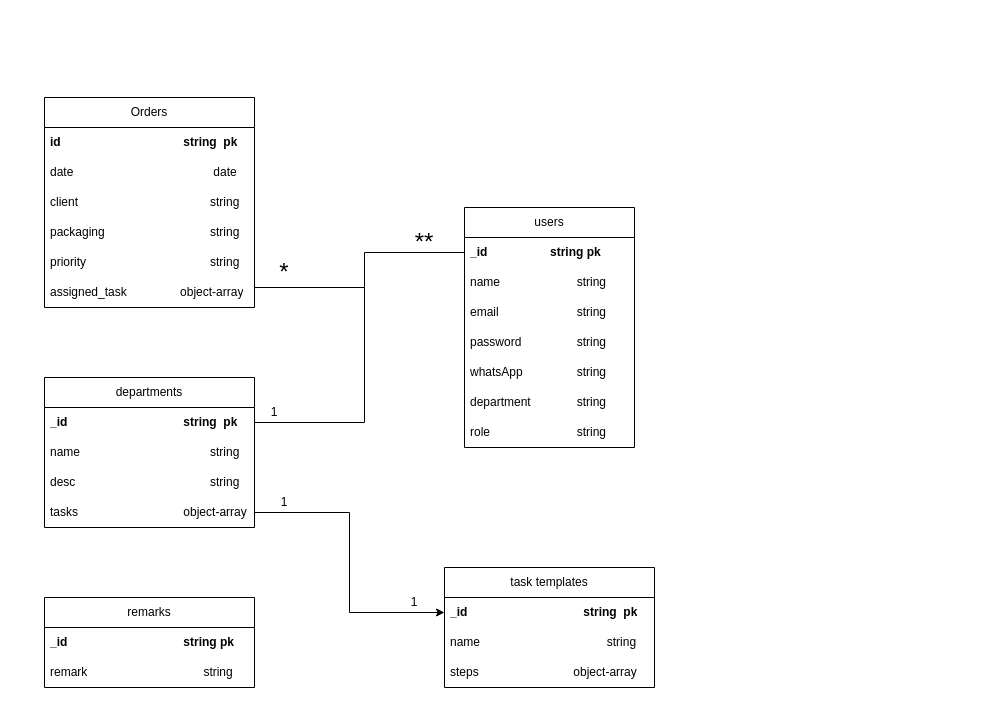
Earlier version of the draw.io diagram page "Page-1" (1 of 2) of inkPrintCopy.drawio (creativeapurba/user-backend). Source tidied: cells renumbered, new cells numbered last; positions are measured from the earlier drawing's top-left corner, leaving out a move shared by most shapes. Both pictures are drawn from the tidied source at 100%, with x=0, y=0 at pixel (44, 97).
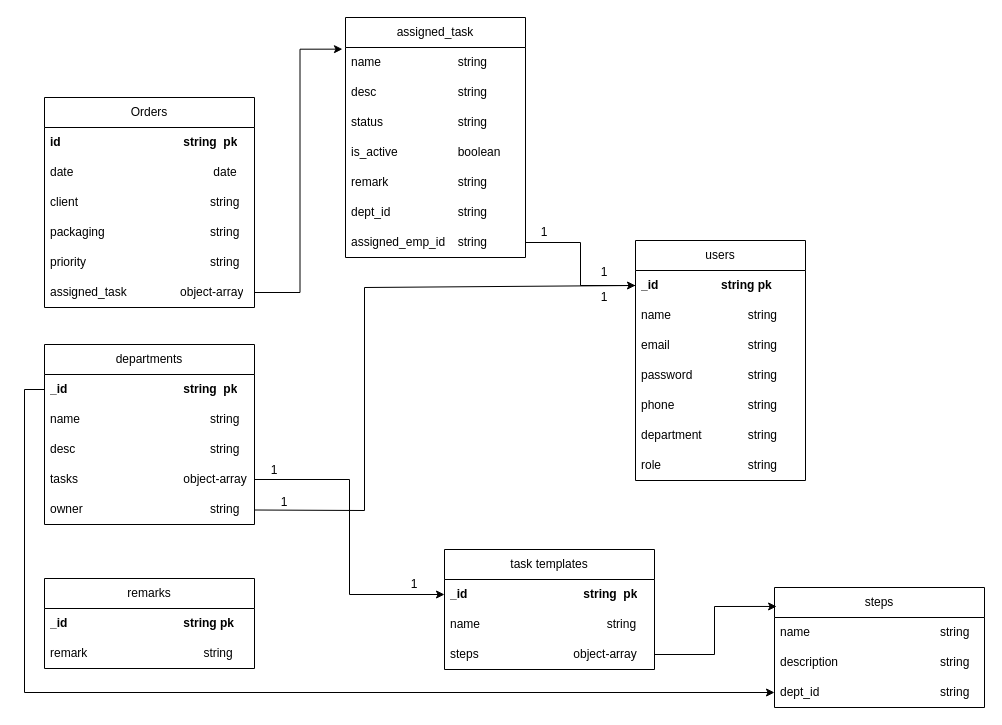
Above is the later version.

The change refers to these unchanged cells:
```xml
<mxCell id="8" value="assigned_task&lt;span style=&quot;&quot;&gt;&lt;span style=&quot;white-space: pre;&quot;&gt;&amp;nbsp;&amp;nbsp;&amp;nbsp;&amp;nbsp;&lt;/span&gt;&lt;/span&gt;&lt;span style=&quot;&quot;&gt;&lt;span style=&quot;white-space: pre;&quot;&gt;&amp;nbsp;&amp;nbsp;&amp;nbsp;&amp;nbsp;&lt;/span&gt;&lt;/span&gt;&lt;span style=&quot;&quot;&gt;&lt;span style=&quot;white-space: pre;&quot;&gt;&amp;nbsp;&amp;nbsp;&amp;nbsp;&amp;nbsp;&lt;/span&gt;&lt;/span&gt;&lt;span style=&quot;&quot;&gt;&lt;span style=&quot;white-space: pre;&quot;&gt;&amp;nbsp;&amp;nbsp;&amp;nbsp;&amp;nbsp;object-array&lt;/span&gt;&lt;/span&gt;" style="text;strokeColor=none;fillColor=none;align=left;verticalAlign=middle;spacingLeft=4;spacingRight=4;overflow=hidden;points=[[0,0.5],[1,0.5]];portConstraint=eastwest;whiteSpace=wrap;html=1;" parent="2" vertex="1">
  <mxGeometry y="180" width="210" height="30" as="geometry" />
</mxCell>
<mxCell id="10" value="&lt;b&gt;_id&lt;span style=&quot;white-space: pre;&quot;&gt;&#9;&lt;/span&gt;&lt;span style=&quot;white-space: pre;&quot;&gt;&#9;&lt;/span&gt;&lt;span style=&quot;white-space: pre;&quot;&gt;&#9;&lt;/span&gt;&lt;span style=&quot;white-space: pre;&quot;&gt;&#9;&lt;span style=&quot;white-space: pre;&quot;&gt;&#9;&lt;/span&gt;&lt;/span&gt;string&amp;nbsp; pk&lt;/b&gt;" style="text;strokeColor=none;fillColor=none;align=left;verticalAlign=middle;spacingLeft=4;spacingRight=4;overflow=hidden;points=[[0,0.5],[1,0.5]];portConstraint=eastwest;whiteSpace=wrap;html=1;" parent="9" vertex="1">
  <mxGeometry y="30" width="210" height="30" as="geometry" />
</mxCell>
<mxCell id="15" value="&lt;b&gt;_id&lt;span style=&quot;white-space: pre;&quot;&gt;&#9;&lt;/span&gt;&lt;span style=&quot;white-space: pre;&quot;&gt;&#9;&lt;span style=&quot;white-space: pre;&quot;&gt;&#9;&lt;/span&gt;&lt;/span&gt;string pk&lt;/b&gt;" style="text;strokeColor=none;fillColor=none;align=left;verticalAlign=middle;spacingLeft=4;spacingRight=4;overflow=hidden;points=[[0,0.5],[1,0.5]];portConstraint=eastwest;whiteSpace=wrap;html=1;" parent="14" vertex="1">
  <mxGeometry y="30" width="170" height="30" as="geometry" />
</mxCell>
<mxCell id="32" value="steps&lt;span style=&quot;&quot;&gt;&lt;span style=&quot;white-space: pre;&quot;&gt;&amp;nbsp;&amp;nbsp;&amp;nbsp;&amp;nbsp;&lt;/span&gt;&lt;/span&gt;&lt;span style=&quot;&quot;&gt;&lt;span style=&quot;white-space: pre;&quot;&gt;&amp;nbsp;&amp;nbsp;&amp;nbsp;&amp;nbsp;&lt;/span&gt;&lt;/span&gt;&lt;span style=&quot;&quot;&gt;&lt;span style=&quot;white-space: pre;&quot;&gt;&amp;nbsp;&amp;nbsp;&amp;nbsp;&amp;nbsp;&lt;/span&gt;&lt;/span&gt;&lt;span style=&quot;&quot;&gt;&lt;span style=&quot;white-space: pre;&quot;&gt;&amp;nbsp;&amp;nbsp;&amp;nbsp;&amp;nbsp;&lt;/span&gt;&lt;/span&gt;&lt;span style=&quot;&quot;&gt;&lt;span style=&quot;white-space: pre;&quot;&gt;&amp;nbsp;&amp;nbsp;&amp;nbsp;&amp;nbsp;&lt;span style=&quot;white-space: pre;&quot;&gt;&#9;&lt;/span&gt;     &lt;/span&gt;&lt;/span&gt;object-array" style="text;strokeColor=none;fillColor=none;align=left;verticalAlign=middle;spacingLeft=4;spacingRight=4;overflow=hidden;points=[[0,0.5],[1,0.5]];portConstraint=eastwest;whiteSpace=wrap;html=1;" parent="29" vertex="1">
  <mxGeometry y="90" width="210" height="30" as="geometry" />
</mxCell>
<mxCell id="34" value="1" style="text;html=1;strokeColor=none;fillColor=none;align=center;verticalAlign=middle;whiteSpace=wrap;rounded=0;" parent="1" vertex="1">
  <mxGeometry x="210" y="390" width="60" height="30" as="geometry" />
</mxCell>
```

Diff of the diagram source:
```diff
@@
     <mxCell id="9" value="departments" style="swimlane;fontStyle=0;horizontal=1;startSize=30;whiteSpace=wrap;html=1;" parent="1" vertex="1">
-      <mxGeometry y="280" width="210" height="150" as="geometry" />
+      <mxGeometry y="247" width="210" height="180" as="geometry" />
     </mxCell>
@@
+    <mxCell id="37" value="owner&lt;span style=&quot;white-space: pre;&quot;&gt;&#9;&lt;/span&gt;&lt;span style=&quot;white-space: pre;&quot;&gt;&#9;&lt;/span&gt;&lt;span style=&quot;white-space: pre;&quot;&gt;&#9;&lt;/span&gt;&lt;span style=&quot;white-space: pre;&quot;&gt;&#9;&lt;/span&gt;&lt;span style=&quot;white-space: pre;&quot;&gt;&#9;&lt;/span&gt;string" style="text;strokeColor=none;fillColor=none;align=left;verticalAlign=middle;spacingLeft=4;spacingRight=4;overflow=hidden;whiteSpace=wrap;html=1;" parent="9" vertex="1">
+      <mxGeometry y="150" width="210" height="30" as="geometry" />
+    </mxCell>
     <mxCell id="14" value="users" style="swimlane;fontStyle=0;horizontal=1;startSize=30;whiteSpace=wrap;html=1;" parent="1" vertex="1">
-      <mxGeometry x="420" y="110" width="170" height="240" as="geometry" />
+      <mxGeometry x="591" y="143" width="170" height="240" as="geometry" />
     </mxCell>
@@
-    <mxCell id="19" value="whatsApp&lt;span style=&quot;white-space: pre;&quot;&gt;&#9;&lt;/span&gt;&lt;span style=&quot;white-space: pre;&quot;&gt;&#9;&lt;/span&gt;string" style="text;strokeColor=none;fillColor=none;align=left;verticalAlign=middle;spacingLeft=4;spacingRight=4;overflow=hidden;whiteSpace=wrap;html=1;" parent="14" vertex="1">
+    <mxCell id="19" value="phone&lt;span style=&quot;white-space: pre;&quot;&gt;&#9;&lt;/span&gt;&lt;span style=&quot;white-space: pre;&quot;&gt;&#9;&lt;/span&gt;&lt;span style=&quot;white-space: pre;&quot;&gt;&#9;&lt;/span&gt;string" style="text;strokeColor=none;fillColor=none;align=left;verticalAlign=middle;spacingLeft=4;spacingRight=4;overflow=hidden;whiteSpace=wrap;html=1;" parent="14" vertex="1">
       <mxGeometry y="150" width="170" height="30" as="geometry" />
     </mxCell>
@@
-    <mxCell id="22" style="endArrow=none;html=1;rounded=0;exitX=1;exitY=0.5;exitDx=0;exitDy=0;" parent="1" edge="1" source="10">
+    <mxCell id="22" style="endArrow=none;html=1;rounded=0;exitX=0;exitY=0.75;exitDx=0;exitDy=0;entryX=0;entryY=0.5;entryDx=0;entryDy=0;" parent="1" edge="1" source="34" target="15">
       <mxGeometry relative="1" as="geometry">
-        <mxPoint x="320" y="190" as="targetPoint" />
         <Array as="points">
-          <mxPoint x="320" y="325" />
+          <mxPoint x="320" y="413" />
+          <mxPoint x="320" y="190" />
         </Array>
       </mxGeometry>
     </mxCell>
-    <mxCell id="23" value="&lt;font style=&quot;font-size: 24px;&quot;&gt;*&lt;/font&gt;" style="text;html=1;strokeColor=none;fillColor=none;align=center;verticalAlign=middle;whiteSpace=wrap;rounded=0;" parent="1" vertex="1">
-      <mxGeometry x="210" y="160" width="60" height="30" as="geometry" />
-    </mxCell>
-    <mxCell id="24" value="&lt;font style=&quot;font-size: 24px;&quot;&gt;**&lt;/font&gt;" style="text;html=1;strokeColor=none;fillColor=none;align=center;verticalAlign=middle;whiteSpace=wrap;rounded=0;" parent="1" vertex="1">
-      <mxGeometry x="350" y="130" width="60" height="30" as="geometry" />
-    </mxCell>
     <mxCell id="25" value="1" style="text;html=1;strokeColor=none;fillColor=none;align=center;verticalAlign=middle;whiteSpace=wrap;rounded=0;" parent="1" vertex="1">
-      <mxGeometry x="200" y="300" width="60" height="30" as="geometry" />
+      <mxGeometry x="200" y="358" width="60" height="30" as="geometry" />
     </mxCell>
     <mxCell id="26" value="remarks" style="swimlane;fontStyle=0;horizontal=1;startSize=30;whiteSpace=wrap;html=1;" parent="1" vertex="1">
-      <mxGeometry y="500" width="210" height="90" as="geometry" />
+      <mxGeometry y="481" width="210" height="90" as="geometry" />
     </mxCell>
@@
     <mxCell id="29" value="task templates" style="swimlane;fontStyle=0;horizontal=1;startSize=30;whiteSpace=wrap;html=1;" parent="1" vertex="1">
-      <mxGeometry x="400" y="470" width="210" height="120" as="geometry" />
+      <mxGeometry x="400" y="452" width="210" height="120" as="geometry" />
     </mxCell>
@@
     <mxCell id="35" value="1" style="text;html=1;strokeColor=none;fillColor=none;align=center;verticalAlign=middle;whiteSpace=wrap;rounded=0;" parent="1" vertex="1">
-      <mxGeometry x="340" y="490" width="60" height="30" as="geometry" />
+      <mxGeometry x="340" y="472" width="60" height="30" as="geometry" />
     </mxCell>
-    <mxCell id="36" style="endArrow=none;html=1;rounded=0;exitX=0;exitY=1;exitDx=0;exitDy=0;entryX=0;entryY=0.5;entryDx=0;entryDy=0;" parent="1" edge="1" source="23" target="15">
-      <mxGeometry relative="1" as="geometry">
-        <Array as="points">
-          <mxPoint x="320" y="190" />
-          <mxPoint x="320" y="155" />
-        </Array>
-      </mxGeometry>
-    </mxCell>
+    <mxCell id="38" value="assigned_task" style="swimlane;fontStyle=0;horizontal=1;startSize=30;whiteSpace=wrap;html=1;" parent="1" vertex="1">
+      <mxGeometry x="301" y="-80" width="180" height="240" as="geometry" />
+    </mxCell>
+    <mxCell id="39" value="name&lt;span style=&quot;white-space: pre;&quot;&gt;&#9;&lt;/span&gt;&lt;span style=&quot;white-space: pre;&quot;&gt;&#9;&lt;span style=&quot;white-space: pre;&quot;&gt;&#9;&lt;/span&gt;&lt;/span&gt;string" style="text;strokeColor=none;fillColor=none;align=left;verticalAlign=middle;spacingLeft=4;spacingRight=4;overflow=hidden;points=[[0,0.5],[1,0.5]];portConstraint=eastwest;whiteSpace=wrap;html=1;" parent="38" vertex="1">
+      <mxGeometry y="30" width="180" height="30" as="geometry" />
+    </mxCell>
+    <mxCell id="40" value="desc&lt;span style=&quot;white-space: pre;&quot;&gt;&#9;&lt;/span&gt;&lt;span style=&quot;white-space: pre;&quot;&gt;&#9;&lt;/span&gt;&lt;span style=&quot;white-space: pre;&quot;&gt;&#9;&lt;/span&gt;string" style="text;strokeColor=none;fillColor=none;align=left;verticalAlign=middle;spacingLeft=4;spacingRight=4;overflow=hidden;whiteSpace=wrap;html=1;" parent="38" vertex="1">
+      <mxGeometry y="60" width="180" height="30" as="geometry" />
+    </mxCell>
+    <mxCell id="41" value="status&lt;span style=&quot;white-space: pre;&quot;&gt;&#9;&lt;/span&gt;&lt;span style=&quot;white-space: pre;&quot;&gt;&#9;&lt;/span&gt;&lt;span style=&quot;white-space: pre;&quot;&gt;&#9;&lt;/span&gt;string" style="text;strokeColor=none;fillColor=none;align=left;verticalAlign=middle;spacingLeft=4;spacingRight=4;overflow=hidden;whiteSpace=wrap;html=1;" parent="38" vertex="1">
+      <mxGeometry y="90" width="180" height="30" as="geometry" />
+    </mxCell>
+    <mxCell id="42" value="is_active&lt;span style=&quot;white-space: pre;&quot;&gt;&#9;&lt;/span&gt;&lt;span style=&quot;white-space: pre;&quot;&gt;&#9;&lt;span style=&quot;white-space: pre;&quot;&gt;&#9;&lt;/span&gt;&lt;/span&gt;boolean" style="text;strokeColor=none;fillColor=none;align=left;verticalAlign=middle;spacingLeft=4;spacingRight=4;overflow=hidden;whiteSpace=wrap;html=1;" parent="38" vertex="1">
+      <mxGeometry y="120" width="180" height="30" as="geometry" />
+    </mxCell>
+    <mxCell id="43" value="remark&lt;span style=&quot;white-space: pre;&quot;&gt;&#9;&lt;/span&gt;&lt;span style=&quot;white-space: pre;&quot;&gt;&#9;&lt;/span&gt;&lt;span style=&quot;white-space: pre;&quot;&gt;&#9;&lt;/span&gt;string" style="text;strokeColor=none;fillColor=none;align=left;verticalAlign=middle;spacingLeft=4;spacingRight=4;overflow=hidden;whiteSpace=wrap;html=1;" parent="38" vertex="1">
+      <mxGeometry y="150" width="180" height="30" as="geometry" />
+    </mxCell>
+    <mxCell id="44" value="dept_id&lt;span style=&quot;white-space: pre;&quot;&gt;&#9;&lt;/span&gt;&lt;span style=&quot;white-space: pre;&quot;&gt;&#9;&lt;/span&gt;&lt;span style=&quot;white-space: pre;&quot;&gt;&#9;&lt;/span&gt;string" style="text;strokeColor=none;fillColor=none;align=left;verticalAlign=middle;spacingLeft=4;spacingRight=4;overflow=hidden;whiteSpace=wrap;html=1;" parent="38" vertex="1">
+      <mxGeometry y="180" width="180" height="30" as="geometry" />
+    </mxCell>
+    <mxCell id="45" value="assigned_emp_id&lt;span style=&quot;white-space: pre;&quot;&gt;&#9;&lt;/span&gt;string" style="text;strokeColor=none;fillColor=none;align=left;verticalAlign=middle;spacingLeft=4;spacingRight=4;overflow=hidden;points=[[0,0.5],[1,0.5]];portConstraint=eastwest;whiteSpace=wrap;html=1;" parent="38" vertex="1">
+      <mxGeometry y="210" width="180" height="30" as="geometry" />
+    </mxCell>
+    <mxCell id="46" style="edgeStyle=orthogonalEdgeStyle;rounded=0;jettySize=auto;html=1;exitX=1;exitY=0.5;exitDx=0;exitDy=0;entryX=0;entryY=0.5;entryDx=0;entryDy=0;" parent="1" edge="1" source="45" target="15">
+      <mxGeometry relative="1" as="geometry" />
+    </mxCell>
+    <mxCell id="47" value="1" style="text;html=1;strokeColor=none;fillColor=none;align=center;verticalAlign=middle;whiteSpace=wrap;rounded=0;" parent="1" vertex="1">
+      <mxGeometry x="470" y="120" width="60" height="30" as="geometry" />
+    </mxCell>
+    <mxCell id="48" value="1" style="text;html=1;strokeColor=none;fillColor=none;align=center;verticalAlign=middle;whiteSpace=wrap;rounded=0;" parent="1" vertex="1">
+      <mxGeometry x="530" y="160" width="60" height="30" as="geometry" />
+    </mxCell>
+    <mxCell id="49" style="edgeStyle=orthogonalEdgeStyle;rounded=0;jettySize=auto;html=1;exitX=1;exitY=0.5;exitDx=0;exitDy=0;entryX=-0.017;entryY=0.055;entryDx=0;entryDy=0;entryPerimeter=0;" parent="1" edge="1" source="8" target="39">
+      <mxGeometry relative="1" as="geometry" />
+    </mxCell>
+    <mxCell id="50" value="steps" style="swimlane;fontStyle=0;horizontal=1;startSize=30;whiteSpace=wrap;html=1;" parent="1" vertex="1">
+      <mxGeometry x="730" y="490" width="210" height="120" as="geometry" />
+    </mxCell>
+    <mxCell id="51" value="name&lt;span style=&quot;white-space: pre;&quot;&gt;&#9;&lt;/span&gt;&lt;span style=&quot;white-space: pre;&quot;&gt;&#9;&lt;/span&gt;&lt;span style=&quot;white-space: pre;&quot;&gt;&#9;&lt;/span&gt;&lt;span style=&quot;white-space: pre;&quot;&gt;&#9;&lt;span style=&quot;white-space: pre;&quot;&gt;&#9;&lt;/span&gt;s&lt;/span&gt;tring" style="text;strokeColor=none;fillColor=none;align=left;verticalAlign=middle;spacingLeft=4;spacingRight=4;overflow=hidden;whiteSpace=wrap;html=1;" parent="50" vertex="1">
+      <mxGeometry y="30" width="210" height="30" as="geometry" />
+    </mxCell>
+    <mxCell id="52" value="description&lt;span style=&quot;white-space: pre;&quot;&gt;&#9;&lt;/span&gt;&lt;span style=&quot;white-space: pre;&quot;&gt;&#9;&lt;/span&gt;&lt;span style=&quot;white-space: pre;&quot;&gt;&#9;&lt;/span&gt;&lt;span style=&quot;white-space: pre;&quot;&gt;&#9;&lt;/span&gt;string" style="text;strokeColor=none;fillColor=none;align=left;verticalAlign=middle;spacingLeft=4;spacingRight=4;overflow=hidden;whiteSpace=wrap;html=1;" parent="50" vertex="1">
+      <mxGeometry y="60" width="210" height="30" as="geometry" />
+    </mxCell>
+    <mxCell id="53" value="dept_id&lt;span style=&quot;white-space: pre;&quot;&gt;&#9;&lt;/span&gt;&lt;span style=&quot;white-space: pre;&quot;&gt;&#9;&lt;/span&gt;&lt;span style=&quot;white-space: pre;&quot;&gt;&#9;&lt;/span&gt;&lt;span style=&quot;white-space: pre;&quot;&gt;&#9;&lt;/span&gt;&lt;span style=&quot;white-space: pre;&quot;&gt;&#9;&lt;/span&gt;string" style="text;strokeColor=none;fillColor=none;align=left;verticalAlign=middle;spacingLeft=4;spacingRight=4;overflow=hidden;points=[[0,0.5],[1,0.5]];portConstraint=eastwest;whiteSpace=wrap;html=1;" parent="50" vertex="1">
+      <mxGeometry y="90" width="210" height="30" as="geometry" />
+    </mxCell>
+    <mxCell id="54" style="edgeStyle=orthogonalEdgeStyle;rounded=0;jettySize=auto;html=1;exitX=1;exitY=0.5;exitDx=0;exitDy=0;entryX=0.01;entryY=0.158;entryDx=0;entryDy=0;entryPerimeter=0;" parent="1" edge="1" source="32" target="50">
+      <mxGeometry relative="1" as="geometry" />
+    </mxCell>
+    <mxCell id="55" style="edgeStyle=orthogonalEdgeStyle;rounded=0;jettySize=auto;html=1;exitX=0;exitY=0.5;exitDx=0;exitDy=0;entryX=0;entryY=0.5;entryDx=0;entryDy=0;" parent="1" edge="1" source="10" target="53">
+      <mxGeometry relative="1" as="geometry" />
+    </mxCell>
+    <mxCell id="56" value="&lt;font style=&quot;font-size: 12px;&quot;&gt;1&lt;/font&gt;" style="text;html=1;strokeColor=none;fillColor=none;align=center;verticalAlign=middle;whiteSpace=wrap;rounded=0;" parent="1" vertex="1">
+      <mxGeometry x="530" y="185" width="60" height="30" as="geometry" />
+    </mxCell>
```
